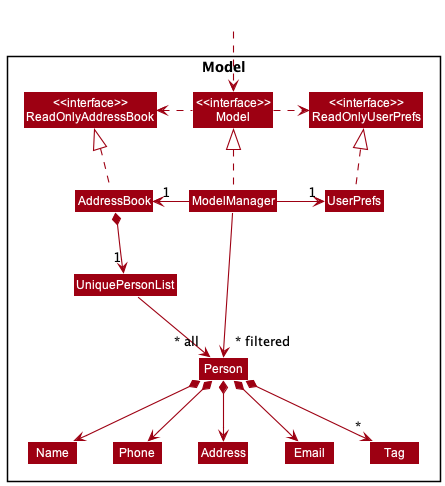
nus-cs2103-AY2223S2/tp keeps this PlantUML diagram as docs/images/ModelClassDiagram.png. Above is the earlier version.
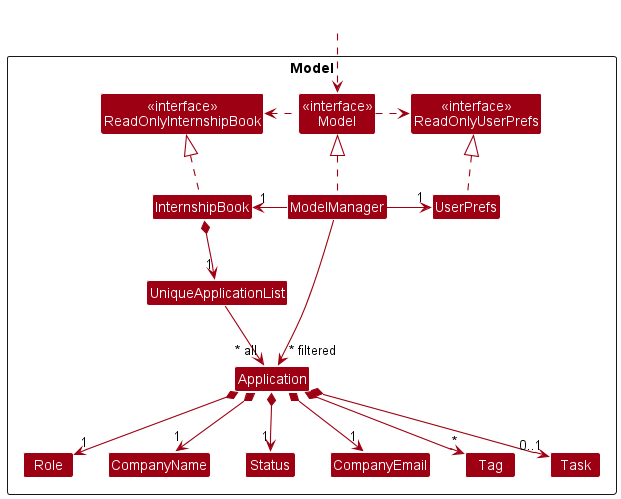
After the change.

What changed in the source:
```diff
@@ -5,46 +5,48 @@
 skinparam classBackgroundColor MODEL_COLOR
 
 Package Model <<Rectangle>>{
-Class "<<interface>>\nReadOnlyAddressBook" as ReadOnlyAddressBook
+Class "<<interface>>\nReadOnlyInternshipBook" as ReadOnlyInternshipBook
 Class "<<interface>>\nReadOnlyUserPrefs" as ReadOnlyUserPrefs
-Class "<<interface>>\nModel" as Model
-Class AddressBook
+Class "<<interface>>\nModel" as ModelInterface
+Class InternshipBook
 Class ModelManager
 Class UserPrefs
 
-Class UniquePersonList
-Class Person
-Class Address
-Class Email
-Class Name
-Class Phone
+Class UniqueApplicationList
+Class Application
+Class Status
+Class CompanyEmail
+Class Role
+Class CompanyName
 Class Tag
-
+Class Task
 }
 
 Class HiddenOutside #FFFFFF
-HiddenOutside ..> Model
+HiddenOutside ..> ModelInterface
 
-AddressBook .up.|> ReadOnlyAddressBook
+InternshipBook .up.|> ReadOnlyInternshipBook
 
-ModelManager .up.|> Model
-Model .right.> ReadOnlyUserPrefs
-Model .left.> ReadOnlyAddressBook
-ModelManager -left-> "1" AddressBook
+ModelManager .up.|> ModelInterface
+ModelInterface .right.> ReadOnlyUserPrefs
+ModelInterface .left.> ReadOnlyInternshipBook
+ModelManager -left-> "1" InternshipBook
 ModelManager -right-> "1" UserPrefs
 UserPrefs .up.|> ReadOnlyUserPrefs
 
-AddressBook *--> "1" UniquePersonList
-UniquePersonList --> "~* all" Person
-Person *--> Name
-Person *--> Phone
-Person *--> Email
-Person *--> Address
-Person *--> "*" Tag
+InternshipBook *--> "1" UniqueApplicationList
+UniqueApplicationList --> "~* all" Application
+ModelManager -->"~* filtered" Application
 
-Name -[hidden]right-> Phone
-Phone -[hidden]right-> Address
-Address -[hidden]right-> Email
+Application *--> "1" Role
+Application *--> "1" CompanyName
+Application *--> "1" CompanyEmail
+Application *--> "1" Status
+Application *--> "0..1" Task
+Application *--> "*" Tag
 
-ModelManager -->"~* filtered" Person
+Role -[hidden]right-> CompanyName
+CompanyName -[hidden]right-> Status
+Status -[hidden]right-> CompanyEmail
+
 @enduml
```
